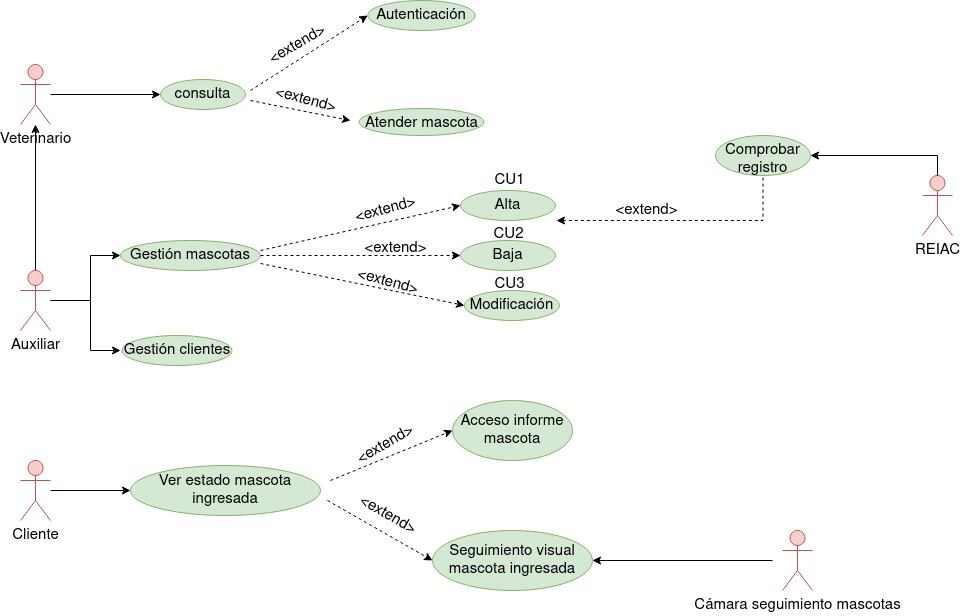
colidom/ets keeps this draw.io diagram as Tareas/casosUso/Tarea1/img/ClinicaVeterinaria.drawio.png. Above is the earlier version. Source tidied: cells renumbered, new cells last; positions are measured from the earlier drawing's top-left corner, leaving out a move shared by most shapes.
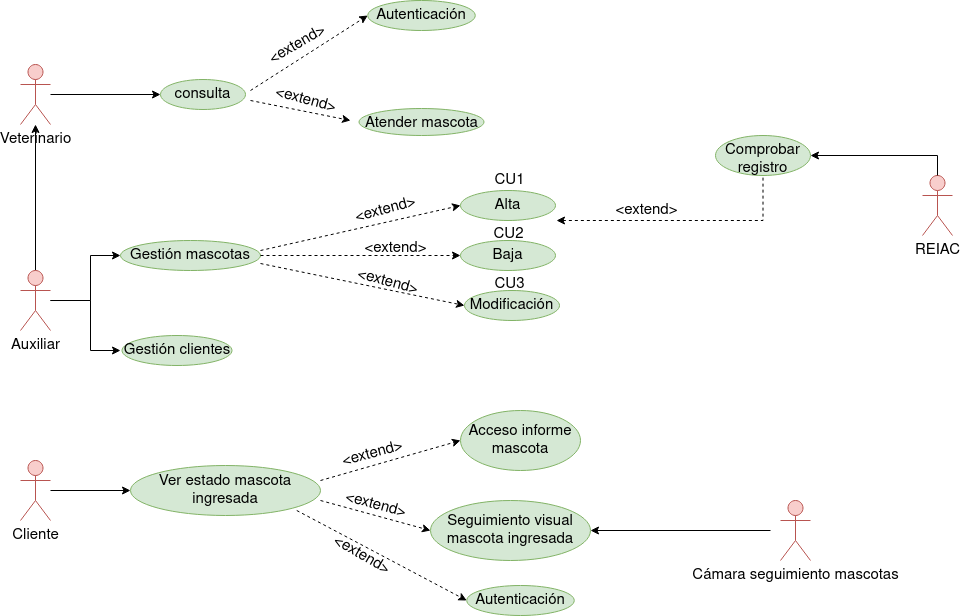
After the commit.

Change to the diagram source:
```diff
@@ -131,34 +131,41 @@
       <mxGeometry x="110" y="465" width="190" height="50" as="geometry" />
     </mxCell>
     <mxCell id="37" value="Acceso informe mascota" style="ellipse;whiteSpace=wrap;html=1;fontSize=15;fillColor=#d5e8d4;strokeColor=#82b366;" parent="1" vertex="1">
-      <mxGeometry x="432" y="400" width="120" height="60" as="geometry" />
+      <mxGeometry x="440" y="410" width="120" height="60" as="geometry" />
     </mxCell>
     <mxCell id="38" value="Seguimiento visual mascota ingresada" style="ellipse;whiteSpace=wrap;html=1;fontSize=15;fillColor=#d5e8d4;strokeColor=#82b366;" parent="1" vertex="1">
-      <mxGeometry x="412" y="530" width="160" height="60" as="geometry" />
+      <mxGeometry x="410" y="500" width="160" height="60" as="geometry" />
     </mxCell>
-    <mxCell id="39" style="endArrow=classic;html=1;rounded=0;fontSize=15;entryX=0;entryY=0.5;entryDx=0;entryDy=0;dashed=1;" parent="1" edge="1" target="37">
-      <mxGeometry relative="1" as="geometry">
-        <mxPoint x="310" y="480" as="sourcePoint" />
-      </mxGeometry>
+    <mxCell id="39" style="endArrow=classic;html=1;rounded=0;fontSize=15;entryX=0;entryY=0.5;entryDx=0;entryDy=0;dashed=1;exitX=1;exitY=0.3;exitDx=0;exitDy=0;exitPerimeter=0;" parent="1" edge="1" source="36" target="37">
+      <mxGeometry relative="1" as="geometry" />
     </mxCell>
-    <mxCell id="40" style="endArrow=classic;html=1;rounded=0;fontSize=15;entryX=0;entryY=0.5;entryDx=0;entryDy=0;dashed=1;" parent="1" edge="1" target="38">
-      <mxGeometry relative="1" as="geometry">
-        <mxPoint x="307" y="500" as="sourcePoint" />
-      </mxGeometry>
+    <mxCell id="40" style="endArrow=classic;html=1;rounded=0;fontSize=15;entryX=0;entryY=0.5;entryDx=0;entryDy=0;dashed=1;exitX=1;exitY=0.7;exitDx=0;exitDy=0;exitPerimeter=0;" parent="1" edge="1" source="36" target="38">
+      <mxGeometry relative="1" as="geometry" />
     </mxCell>
-    <mxCell id="41" value="&lt;font style=&quot;font-size: 15px;&quot;&gt;&amp;lt;extend&amp;gt;&lt;/font&gt;" style="text;html=1;align=center;verticalAlign=middle;strokeColor=none;fillColor=none;fontSize=15;rotation=-30;" parent="1" vertex="1">
-      <mxGeometry x="320" y="430" width="90" height="30" as="geometry" />
+    <mxCell id="41" value="&lt;font style=&quot;font-size: 15px;&quot;&gt;&amp;lt;extend&amp;gt;&lt;/font&gt;" style="text;html=1;align=center;verticalAlign=middle;strokeColor=none;fillColor=none;fontSize=15;rotation=-15;" parent="1" vertex="1">
+      <mxGeometry x="307" y="439" width="90" height="30" as="geometry" />
     </mxCell>
-    <mxCell id="42" value="&lt;font style=&quot;font-size: 15px;&quot;&gt;&amp;lt;extend&amp;gt;&lt;/font&gt;" style="text;html=1;align=center;verticalAlign=middle;strokeColor=none;fillColor=none;fontSize=15;rotation=30;" parent="1" vertex="1">
-      <mxGeometry x="322" y="500" width="90" height="30" as="geometry" />
+    <mxCell id="42" value="&lt;font style=&quot;font-size: 15px;&quot;&gt;&amp;lt;extend&amp;gt;&lt;/font&gt;" style="text;html=1;align=center;verticalAlign=middle;strokeColor=none;fillColor=none;fontSize=15;rotation=15;" parent="1" vertex="1">
+      <mxGeometry x="310" y="490" width="90" height="30" as="geometry" />
     </mxCell>
     <mxCell id="43" value="Cámara seguimiento mascotas" style="shape=umlActor;verticalLabelPosition=bottom;verticalAlign=top;html=1;fillColor=#f8cecc;strokeColor=#b85450;fontSize=15;" parent="1" vertex="1">
-      <mxGeometry x="762" y="530" width="30" height="60" as="geometry" />
+      <mxGeometry x="760" y="500" width="30" height="60" as="geometry" />
     </mxCell>
     <mxCell id="44" style="endArrow=classic;html=1;rounded=0;fontSize=15;entryX=1;entryY=0.5;entryDx=0;entryDy=0;" parent="1" edge="1" target="38">
       <mxGeometry relative="1" as="geometry">
-        <mxPoint x="752" y="560" as="sourcePoint" />
+        <mxPoint x="750" y="530" as="sourcePoint" />
       </mxGeometry>
     </mxCell>
+    <mxCell id="45" value="Autenticación" style="ellipse;whiteSpace=wrap;html=1;fontSize=15;verticalAlign=top;fillColor=#d5e8d4;strokeColor=#82b366;" parent="1" vertex="1">
+      <mxGeometry x="446.2" y="585" width="107.5" height="30" as="geometry" />
+    </mxCell>
+    <mxCell id="46" style="endArrow=classic;html=1;rounded=0;dashed=1;fontSize=15;entryX=0;entryY=0.5;entryDx=0;entryDy=0;" parent="1" edge="1" target="45">
+      <mxGeometry relative="1" as="geometry">
+        <mxPoint x="276.2" y="510" as="sourcePoint" />
+      </mxGeometry>
+    </mxCell>
+    <mxCell id="47" value="&lt;font style=&quot;font-size: 15px;&quot;&gt;&amp;lt;extend&amp;gt;&lt;/font&gt;" style="text;html=1;align=center;verticalAlign=middle;strokeColor=none;fillColor=none;fontSize=15;rotation=30;" parent="1" vertex="1">
+      <mxGeometry x="295.8" y="540" width="90" height="30" as="geometry" />
+    </mxCell>
   </root>
 </mxGraphModel>
```
